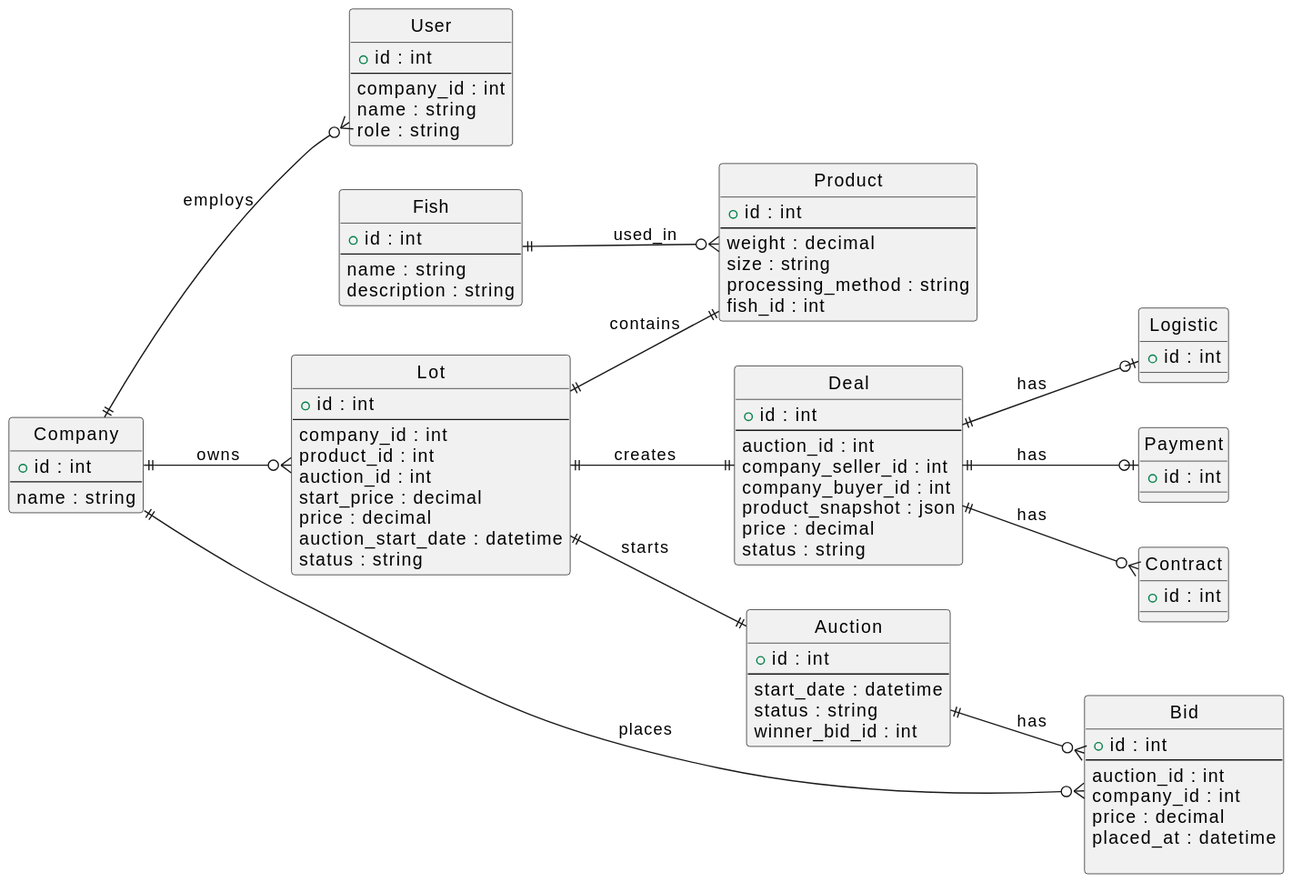
Above: docs/events/er-diagram.svg in EBal0vGG/Unbelievable_Fish (PlantUML), before the change.
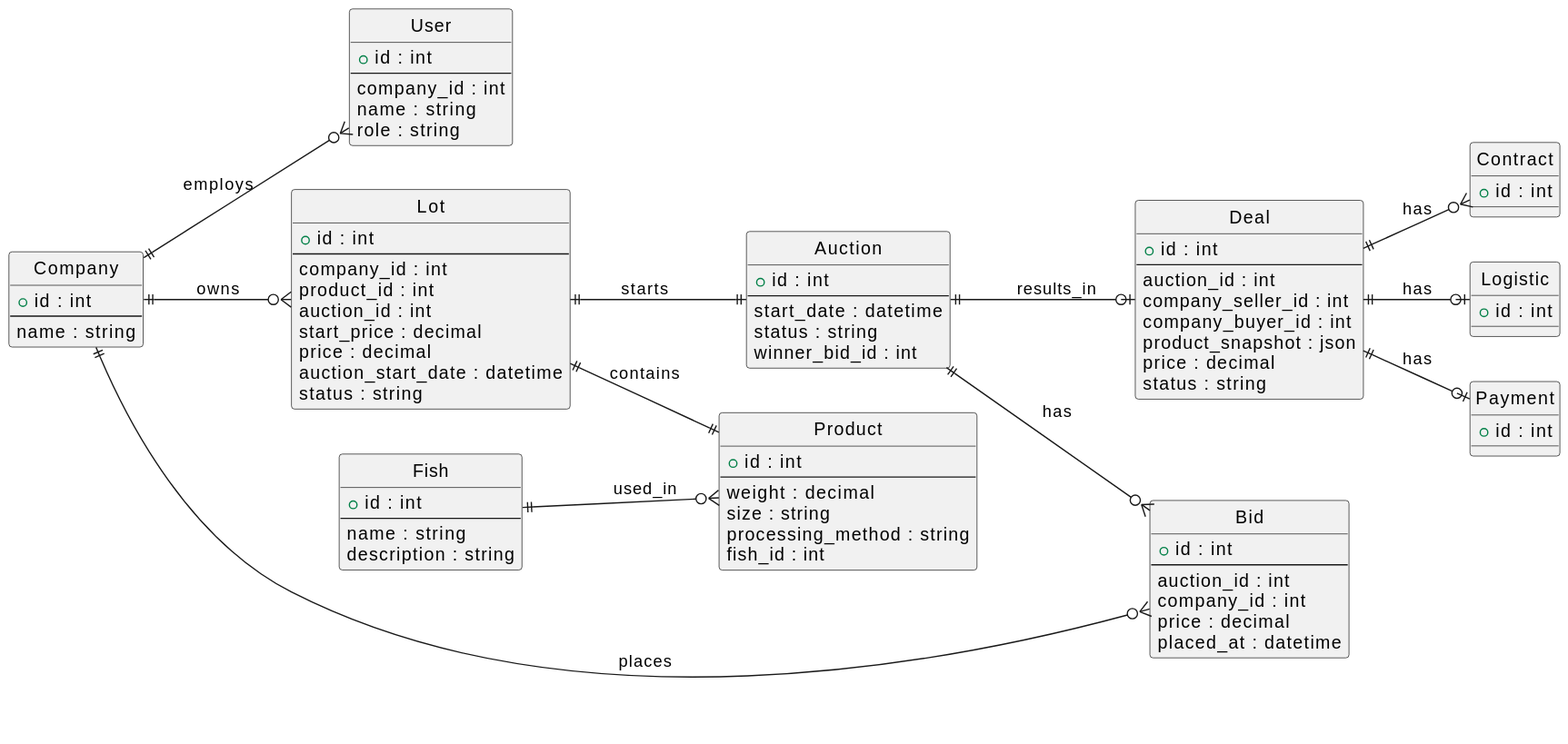
The same file after the commit.

The edit, as a diff of the source:
```diff
@@ -59,7 +59,6 @@
   company_id : int
   price : decimal
   placed_at : datetime
-
 }
 
 entity Deal {
@@ -91,11 +90,11 @@
 
 Lot ||--|| Product : contains
 Lot ||--|| Auction : starts
-Lot ||--|| Deal : creates
 
 Fish ||--o{ Product : used_in
 
 Auction ||--o{ Bid : has
+Auction ||--o| Deal : results_in
 Company ||--o{ Bid : places
 
 Deal ||--o{ Contract : has
```
